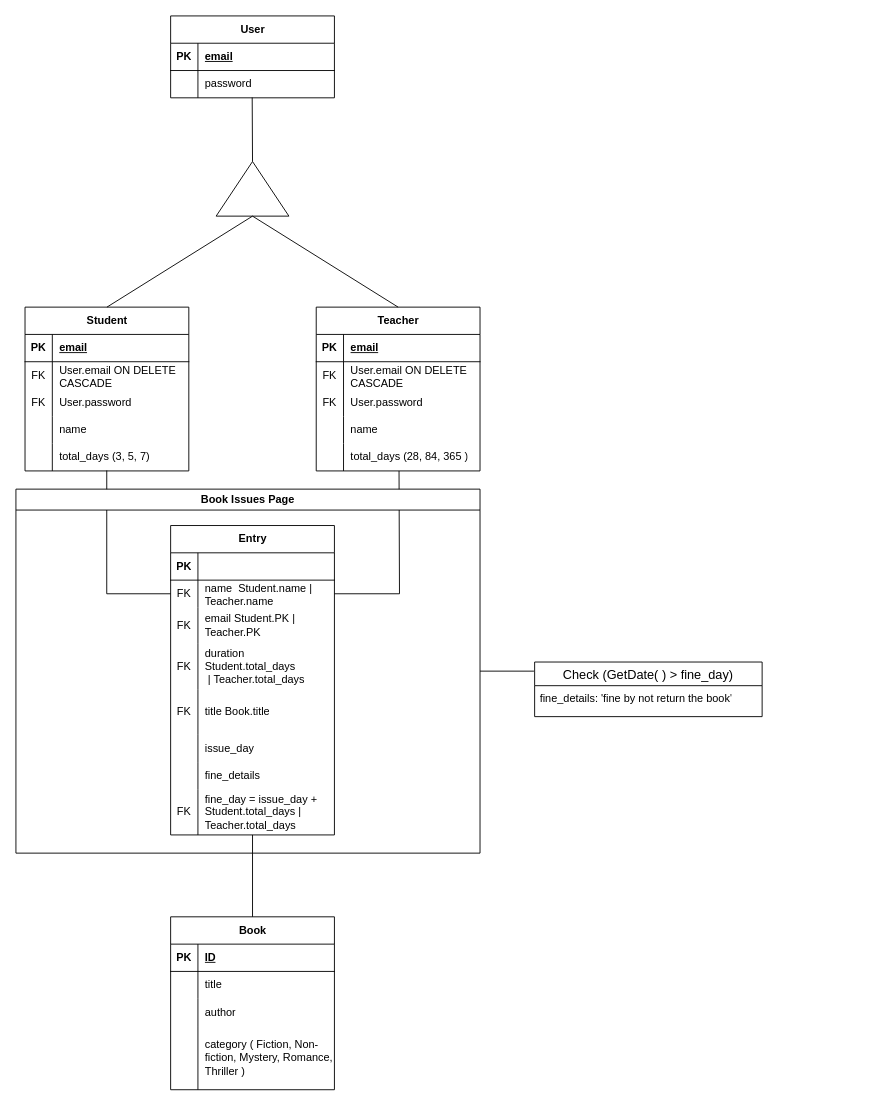
devadaviddd/BE-Library-Management keeps this draw.io diagram as ERM.drawio. Above is the earlier version. Source tidied: cells renumbered, new cells numbered last; positions are measured from the earlier drawing's top-left corner, leaving out a move shared by most shapes. Both pictures are drawn from the tidied source at 91%, with x=0, y=0 at pixel (15, 15).
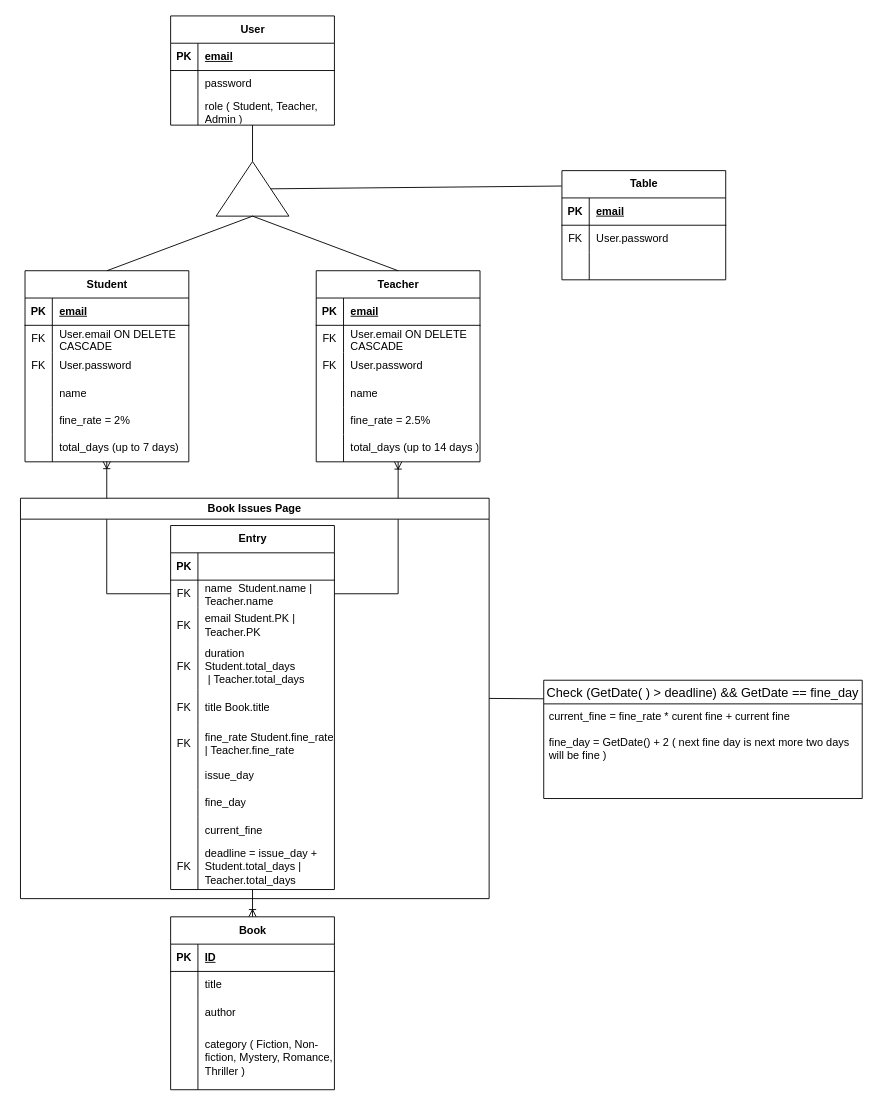
Above is the later version.

Commit message:
add rate for fine in ERM

Unchanged cells that the change refers to:
```xml
<mxCell id="6" style="shape=tableRow;horizontal=0;startSize=0;swimlaneHead=0;swimlaneBody=0;fillColor=none;points=[[0,0.5],[1,0.5]];portConstraint=eastwest;top=0;left=0;right=0;bottom=0;" parent="2" vertex="1">
  <mxGeometry y="60" width="180" height="30" as="geometry" />
</mxCell>
<mxCell id="9" style="triangle;whiteSpace=wrap;html=1;direction=north;" parent="1" vertex="1">
  <mxGeometry x="220" y="160" width="80" height="60" as="geometry" />
</mxCell>
<mxCell id="45" value="Book" style="shape=table;startSize=30;childLayout=tableLayout;rowLines=0;fontStyle=1;align=center;html=1;" parent="1" vertex="1">
  <mxGeometry x="170" y="990" width="180" height="190" as="geometry" />
</mxCell>
<mxCell id="65" style="shape=tableRow;horizontal=0;startSize=0;swimlaneHead=0;swimlaneBody=0;fillColor=none;points=[[0,0.5],[1,0.5]];portConstraint=eastwest;top=0;left=0;right=0;bottom=0;" parent="61" vertex="1">
  <mxGeometry y="60" width="180" height="30" as="geometry" />
</mxCell>
```

What changed in the source:
```diff
@@
     <mxCell id="2" value="User" style="shape=table;startSize=30;childLayout=tableLayout;rowLines=0;fontStyle=1;align=center;html=1;" parent="1" vertex="1">
-      <mxGeometry x="170" width="180" height="90" as="geometry" />
+      <mxGeometry x="170" width="180" height="120" as="geometry" />
     </mxCell>
@@
+    <mxCell id="90" style="shape=tableRow;horizontal=0;startSize=0;swimlaneHead=0;swimlaneBody=0;fillColor=none;top=0;left=0;right=0;bottom=0;" parent="2" vertex="1">
+      <mxGeometry y="90" width="180" height="30" as="geometry" />
+    </mxCell>
+    <mxCell id="91" style="shape=partialRectangle;fillColor=none;top=0;left=0;bottom=0;right=0;overflow=hidden;whiteSpace=wrap;html=1;" parent="90" vertex="1">
+      <mxGeometry width="30" height="30" as="geometry" />
+    </mxCell>
+    <mxCell id="92" value="role ( Student, Teacher, Admin )" style="shape=partialRectangle;fillColor=none;top=0;left=0;bottom=0;right=0;align=left;spacingLeft=6;overflow=hidden;whiteSpace=wrap;html=1;" parent="90" vertex="1">
+      <mxGeometry x="30" width="150" height="30" as="geometry" />
+    </mxCell>
@@
-    <mxCell id="10" style="endArrow=none;html=1;rounded=0;entryX=0.498;entryY=0.99;entryDx=0;entryDy=0;entryPerimeter=0;exitX=1;exitY=0.5;exitDx=0;exitDy=0;" parent="1" edge="1" source="9" target="6">
-      <mxGeometry relative="1" as="geometry" />
+    <mxCell id="10" style="endArrow=none;html=1;rounded=0;exitX=1;exitY=0.5;exitDx=0;exitDy=0;" parent="1" edge="1" source="9">
+      <mxGeometry relative="1" as="geometry">
+        <mxPoint x="260" y="120" as="targetPoint" />
+      </mxGeometry>
     </mxCell>
     <mxCell id="11" value="Student" style="shape=table;startSize=30;childLayout=tableLayout;rowLines=0;fontStyle=1;align=center;html=1;" parent="1" vertex="1">
-      <mxGeometry x="10" y="320" width="180" height="180" as="geometry" />
+      <mxGeometry x="10" y="280" width="180" height="210" as="geometry" />
     </mxCell>
@@
+    <mxCell id="93" style="shape=tableRow;horizontal=0;startSize=0;swimlaneHead=0;swimlaneBody=0;fillColor=none;top=0;left=0;right=0;bottom=0;" parent="11" vertex="1">
+      <mxGeometry y="150" width="180" height="30" as="geometry" />
+    </mxCell>
+    <mxCell id="94" style="shape=partialRectangle;fillColor=none;top=0;left=0;bottom=0;right=0;overflow=hidden;whiteSpace=wrap;html=1;" parent="93" vertex="1">
+      <mxGeometry width="30" height="30" as="geometry" />
+    </mxCell>
+    <mxCell id="95" value="fine_rate = 2%" style="shape=partialRectangle;fillColor=none;top=0;left=0;bottom=0;right=0;align=left;spacingLeft=6;overflow=hidden;whiteSpace=wrap;html=1;" parent="93" vertex="1">
+      <mxGeometry x="30" width="150" height="30" as="geometry" />
+    </mxCell>
     <mxCell id="24" style="shape=tableRow;horizontal=0;startSize=0;swimlaneHead=0;swimlaneBody=0;fillColor=none;points=[[0,0.5],[1,0.5]];portConstraint=eastwest;top=0;left=0;right=0;bottom=0;" parent="11" vertex="1">
-      <mxGeometry y="150" width="180" height="30" as="geometry" />
+      <mxGeometry y="180" width="180" height="30" as="geometry" />
     </mxCell>
@@
-    <mxCell id="26" value="total_days (3, 5, 7)" style="shape=partialRectangle;fillColor=none;top=0;left=0;bottom=0;right=0;align=left;spacingLeft=6;overflow=hidden;whiteSpace=wrap;html=1;" parent="24" vertex="1">
+    <mxCell id="26" value="total_days (up to 7 days)" style="shape=partialRectangle;fillColor=none;top=0;left=0;bottom=0;right=0;align=left;spacingLeft=6;overflow=hidden;whiteSpace=wrap;html=1;" parent="24" vertex="1">
       <mxGeometry x="30" width="150" height="30" as="geometry" />
     </mxCell>
     <mxCell id="27" value="Teacher" style="shape=table;startSize=30;childLayout=tableLayout;rowLines=0;fontStyle=1;align=center;html=1;" parent="1" vertex="1">
-      <mxGeometry x="330" y="320" width="180" height="180" as="geometry" />
+      <mxGeometry x="330" y="280" width="180" height="210" as="geometry" />
     </mxCell>
@@
+    <mxCell id="96" style="shape=tableRow;horizontal=0;startSize=0;swimlaneHead=0;swimlaneBody=0;fillColor=none;top=0;left=0;right=0;bottom=0;" parent="27" vertex="1">
+      <mxGeometry y="150" width="180" height="30" as="geometry" />
+    </mxCell>
+    <mxCell id="97" style="shape=partialRectangle;fillColor=none;top=0;left=0;bottom=0;right=0;overflow=hidden;whiteSpace=wrap;html=1;" parent="96" vertex="1">
+      <mxGeometry width="30" height="30" as="geometry" />
+    </mxCell>
+    <mxCell id="98" value="fine_rate = 2.5%" style="shape=partialRectangle;fillColor=none;top=0;left=0;bottom=0;right=0;align=left;spacingLeft=6;overflow=hidden;whiteSpace=wrap;html=1;" parent="96" vertex="1">
+      <mxGeometry x="30" width="150" height="30" as="geometry" />
+    </mxCell>
     <mxCell id="40" style="shape=tableRow;horizontal=0;startSize=0;swimlaneHead=0;swimlaneBody=0;fillColor=none;points=[[0,0.5],[1,0.5]];portConstraint=eastwest;top=0;left=0;right=0;bottom=0;" parent="27" vertex="1">
-      <mxGeometry y="150" width="180" height="30" as="geometry" />
+      <mxGeometry y="180" width="180" height="30" as="geometry" />
     </mxCell>
@@
-    <mxCell id="42" value="total_days&amp;nbsp;(28, 84, 365 )" style="shape=partialRectangle;fillColor=none;top=0;left=0;bottom=0;right=0;align=left;spacingLeft=6;overflow=hidden;whiteSpace=wrap;html=1;" parent="40" vertex="1">
+    <mxCell id="42" value="total_days&amp;nbsp;(up to 14 days )" style="shape=partialRectangle;fillColor=none;top=0;left=0;bottom=0;right=0;align=left;spacingLeft=6;overflow=hidden;whiteSpace=wrap;html=1;" parent="40" vertex="1">
       <mxGeometry x="30" width="150" height="30" as="geometry" />
     </mxCell>
@@
-    <mxCell id="58" style="endArrow=none;html=1;rounded=0;entryX=0.499;entryY=0.984;entryDx=0;entryDy=0;entryPerimeter=0;exitX=0;exitY=0.5;exitDx=0;exitDy=0;edgeStyle=orthogonalEdgeStyle;" parent="1" edge="1" source="65" target="24">
+    <mxCell id="58" style="endArrow=ERoneToMany;html=1;rounded=0;entryX=0.499;entryY=0.984;entryDx=0;entryDy=0;entryPerimeter=0;exitX=0;exitY=0.5;exitDx=0;exitDy=0;edgeStyle=orthogonalEdgeStyle;startArrow=none;startFill=0;endFill=0;" parent="1" edge="1" source="65" target="24">
       <mxGeometry relative="1" as="geometry" />
     </mxCell>
-    <mxCell id="59" style="endArrow=none;html=1;rounded=0;exitX=1;exitY=0.5;exitDx=0;exitDy=0;edgeStyle=orthogonalEdgeStyle;" parent="1" edge="1" source="65">
+    <mxCell id="59" style="endArrow=ERoneToMany;html=1;rounded=0;exitX=1;exitY=0.5;exitDx=0;exitDy=0;edgeStyle=orthogonalEdgeStyle;endFill=0;" parent="1" edge="1" source="65" target="40">
       <mxGeometry relative="1" as="geometry">
-        <mxPoint x="421" y="500" as="targetPoint" />
+        <Array as="points">
+          <mxPoint x="420" y="635" />
+        </Array>
       </mxGeometry>
     </mxCell>
-    <mxCell id="60" style="endArrow=none;html=1;rounded=0;exitX=0.5;exitY=0;exitDx=0;exitDy=0;" parent="1" edge="1" source="45" target="61">
+    <mxCell id="60" style="endArrow=none;html=1;rounded=0;exitX=0.5;exitY=0;exitDx=0;exitDy=0;endFill=0;startArrow=ERoneToMany;startFill=0;" parent="1" edge="1" source="45" target="61">
       <mxGeometry relative="1" as="geometry" />
     </mxCell>
     <mxCell id="61" value="Entry" style="shape=table;startSize=30;childLayout=tableLayout;rowLines=0;fontStyle=1;align=center;html=1;" parent="1" vertex="1">
-      <mxGeometry x="170" y="560" width="180" height="340" as="geometry" />
+      <mxGeometry x="170" y="560" width="180" height="400" as="geometry" />
     </mxCell>
@@
     <mxCell id="74" style="shape=tableRow;horizontal=0;startSize=0;swimlaneHead=0;swimlaneBody=0;fillColor=none;top=0;left=0;right=0;bottom=0;" parent="61" vertex="1">
-      <mxGeometry y="180" width="180" height="50" as="geometry" />
+      <mxGeometry y="180" width="180" height="40" as="geometry" />
     </mxCell>
     <mxCell id="75" value="FK" style="shape=partialRectangle;fillColor=none;top=0;left=0;bottom=0;right=0;overflow=hidden;whiteSpace=wrap;html=1;" parent="74" vertex="1">
-      <mxGeometry width="30" height="50" as="geometry" />
+      <mxGeometry width="30" height="40" as="geometry" />
     </mxCell>
     <mxCell id="76" value="title Book.title" style="shape=partialRectangle;fillColor=none;top=0;left=0;bottom=0;right=0;align=left;spacingLeft=6;overflow=hidden;whiteSpace=wrap;html=1;" parent="74" vertex="1">
-      <mxGeometry x="30" width="150" height="50" as="geometry" />
+      <mxGeometry x="30" width="150" height="40" as="geometry" />
     </mxCell>
+    <mxCell id="99" style="shape=tableRow;horizontal=0;startSize=0;swimlaneHead=0;swimlaneBody=0;fillColor=none;top=0;left=0;right=0;bottom=0;" parent="61" vertex="1">
+      <mxGeometry y="220" width="180" height="40" as="geometry" />
+    </mxCell>
+    <mxCell id="100" value="FK" style="shape=partialRectangle;fillColor=none;top=0;left=0;bottom=0;right=0;overflow=hidden;whiteSpace=wrap;html=1;" parent="99" vertex="1">
+      <mxGeometry width="30" height="40" as="geometry" />
+    </mxCell>
+    <mxCell id="101" value="fine_rate Student.fine_rate | Teacher.fine_rate" style="shape=partialRectangle;fillColor=none;top=0;left=0;bottom=0;right=0;align=left;spacingLeft=6;overflow=hidden;whiteSpace=wrap;html=1;" parent="99" vertex="1">
+      <mxGeometry x="30" width="150" height="40" as="geometry" />
+    </mxCell>
     <mxCell id="77" style="shape=tableRow;horizontal=0;startSize=0;swimlaneHead=0;swimlaneBody=0;fillColor=none;top=0;left=0;right=0;bottom=0;" parent="61" vertex="1">
-      <mxGeometry y="230" width="180" height="30" as="geometry" />
+      <mxGeometry y="260" width="180" height="30" as="geometry" />
     </mxCell>
@@
+    <mxCell id="102" style="shape=tableRow;horizontal=0;startSize=0;swimlaneHead=0;swimlaneBody=0;fillColor=none;top=0;left=0;right=0;bottom=0;" parent="61" vertex="1">
+      <mxGeometry y="290" width="180" height="30" as="geometry" />
+    </mxCell>
+    <mxCell id="103" style="shape=partialRectangle;fillColor=none;top=0;left=0;bottom=0;right=0;overflow=hidden;whiteSpace=wrap;html=1;" parent="102" vertex="1">
+      <mxGeometry width="30" height="30" as="geometry" />
+    </mxCell>
+    <mxCell id="104" value="fine_day" style="shape=partialRectangle;fillColor=none;top=0;left=0;bottom=0;right=0;align=left;spacingLeft=6;overflow=hidden;whiteSpace=wrap;html=1;" parent="102" vertex="1">
+      <mxGeometry x="30" width="150" height="30" as="geometry" />
+    </mxCell>
     <mxCell id="80" style="shape=tableRow;horizontal=0;startSize=0;swimlaneHead=0;swimlaneBody=0;fillColor=none;top=0;left=0;right=0;bottom=0;" parent="61" vertex="1">
-      <mxGeometry y="260" width="180" height="30" as="geometry" />
+      <mxGeometry y="320" width="180" height="30" as="geometry" />
     </mxCell>
@@
-    <mxCell id="82" value="fine_details" style="shape=partialRectangle;fillColor=none;top=0;left=0;bottom=0;right=0;align=left;spacingLeft=6;overflow=hidden;whiteSpace=wrap;html=1;" parent="80" vertex="1">
+    <mxCell id="82" value="current_fine" style="shape=partialRectangle;fillColor=none;top=0;left=0;bottom=0;right=0;align=left;spacingLeft=6;overflow=hidden;whiteSpace=wrap;html=1;" parent="80" vertex="1">
       <mxGeometry x="30" width="150" height="30" as="geometry" />
     </mxCell>
     <mxCell id="83" style="shape=tableRow;horizontal=0;startSize=0;swimlaneHead=0;swimlaneBody=0;fillColor=none;top=0;left=0;right=0;bottom=0;" parent="61" vertex="1">
-      <mxGeometry y="290" width="180" height="50" as="geometry" />
+      <mxGeometry y="350" width="180" height="50" as="geometry" />
     </mxCell>
@@
-    <mxCell id="85" value="fine_day = issue_day + Student.total_days&amp;nbsp;| Teacher.total_days" style="shape=partialRectangle;fillColor=none;top=0;left=0;bottom=0;right=0;align=left;spacingLeft=6;overflow=hidden;whiteSpace=wrap;html=1;" parent="83" vertex="1">
+    <mxCell id="85" value="deadline = issue_day + Student.total_days&amp;nbsp;| Teacher.total_days" style="shape=partialRectangle;fillColor=none;top=0;left=0;bottom=0;right=0;align=left;spacingLeft=6;overflow=hidden;whiteSpace=wrap;html=1;" parent="83" vertex="1">
       <mxGeometry x="30" width="150" height="50" as="geometry" />
     </mxCell>
     <mxCell id="86" value="Book Issues Page" style="swimlane;whiteSpace=wrap;html=1;startSize=23;" parent="1" vertex="1">
-      <mxGeometry y="520" width="510" height="400" as="geometry" />
+      <mxGeometry x="5" y="530" width="515" height="440" as="geometry" />
     </mxCell>
-    <mxCell id="87" style="endArrow=none;html=1;rounded=0;entryX=1;entryY=0.5;entryDx=0;entryDy=0;exitX=-0.003;exitY=0.167;exitDx=0;exitDy=0;exitPerimeter=0;" parent="1" edge="1" source="88" target="86">
+    <mxCell id="87" style="endArrow=none;html=1;rounded=0;entryX=1;entryY=0.5;entryDx=0;entryDy=0;exitX=0.001;exitY=0.157;exitDx=0;exitDy=0;exitPerimeter=0;" parent="1" edge="1" source="88" target="86">
       <mxGeometry relative="1" as="geometry" />
     </mxCell>
-    <mxCell id="88" value="Check (GetDate( ) &gt; fine_day)" style="swimlane;fontStyle=0;horizontal=1;startSize=26;align=center;fontSize=14;" parent="1" vertex="1">
-      <mxGeometry x="570" y="710" width="250" height="60" as="geometry" />
+    <mxCell id="88" value="Check (GetDate( ) &gt; deadline) &amp;&amp; GetDate == fine_day" style="swimlane;fontStyle=0;horizontal=1;startSize=26;align=center;fontSize=14;" parent="1" vertex="1">
+      <mxGeometry x="580" y="730" width="350" height="130" as="geometry" />
     </mxCell>
-    <mxCell id="89" value="fine_details: 'fine by not return the book'" style="text;strokeColor=none;fillColor=none;spacingLeft=4;spacingRight=4;overflow=hidden;fontSize=12;whiteSpace=wrap;html=1;" parent="88" vertex="1">
-      <mxGeometry y="26" width="250" height="34" as="geometry" />
+    <mxCell id="89" value="current_fine = fine_rate * curent fine + current fine&lt;br&gt;&lt;br&gt;fine_day = GetDate() + 2 ( next fine day is next more two days will be fine )" style="text;strokeColor=none;fillColor=none;spacingLeft=4;spacingRight=4;overflow=hidden;fontSize=12;whiteSpace=wrap;html=1;" parent="88" vertex="1">
+      <mxGeometry y="26" width="350" height="104" as="geometry" />
     </mxCell>
+    <mxCell id="105" style="endArrow=none;html=1;rounded=0;exitX=0.5;exitY=1;exitDx=0;exitDy=0;entryX=-0.001;entryY=0.141;entryDx=0;entryDy=0;entryPerimeter=0;" parent="1" edge="1" source="9" target="106">
+      <mxGeometry relative="1" as="geometry" />
+    </mxCell>
+    <mxCell id="106" value="Table" style="shape=table;startSize=30;childLayout=tableLayout;rowLines=0;fontStyle=1;align=center;html=1;" parent="1" vertex="1">
+      <mxGeometry x="600" y="170" width="180" height="120" as="geometry" />
+    </mxCell>
+    <mxCell id="107" style="shape=tableRow;horizontal=0;startSize=0;swimlaneHead=0;swimlaneBody=0;fillColor=none;top=0;left=0;right=0;bottom=1;" parent="106" vertex="1">
+      <mxGeometry y="30" width="180" height="30" as="geometry" />
+    </mxCell>
+    <mxCell id="108" value="PK" style="shape=partialRectangle;fillColor=none;top=0;left=0;bottom=0;right=0;fontStyle=1;overflow=hidden;whiteSpace=wrap;html=1;" parent="107" vertex="1">
+      <mxGeometry width="30" height="30" as="geometry" />
+    </mxCell>
+    <mxCell id="109" value="email" style="shape=partialRectangle;fillColor=none;top=0;left=0;bottom=0;right=0;align=left;spacingLeft=6;fontStyle=5;overflow=hidden;whiteSpace=wrap;html=1;" parent="107" vertex="1">
+      <mxGeometry x="30" width="150" height="30" as="geometry" />
+    </mxCell>
+    <mxCell id="110" style="shape=tableRow;horizontal=0;startSize=0;swimlaneHead=0;swimlaneBody=0;fillColor=none;top=0;left=0;right=0;bottom=0;" parent="106" vertex="1">
+      <mxGeometry y="60" width="180" height="30" as="geometry" />
+    </mxCell>
+    <mxCell id="111" value="FK" style="shape=partialRectangle;fillColor=none;top=0;left=0;bottom=0;right=0;overflow=hidden;whiteSpace=wrap;html=1;" parent="110" vertex="1">
+      <mxGeometry width="30" height="30" as="geometry" />
+    </mxCell>
+    <mxCell id="112" value="User.password" style="shape=partialRectangle;fillColor=none;top=0;left=0;bottom=0;right=0;align=left;spacingLeft=6;overflow=hidden;whiteSpace=wrap;html=1;" parent="110" vertex="1">
+      <mxGeometry x="30" width="150" height="30" as="geometry" />
+    </mxCell>
+    <mxCell id="113" style="shape=tableRow;horizontal=0;startSize=0;swimlaneHead=0;swimlaneBody=0;fillColor=none;top=0;left=0;right=0;bottom=0;" parent="106" vertex="1">
+      <mxGeometry y="90" width="180" height="30" as="geometry" />
+    </mxCell>
+    <mxCell id="114" style="shape=partialRectangle;fillColor=none;top=0;left=0;bottom=0;right=0;overflow=hidden;whiteSpace=wrap;html=1;" parent="113" vertex="1">
+      <mxGeometry width="30" height="30" as="geometry" />
+    </mxCell>
+    <mxCell id="115" style="shape=partialRectangle;fillColor=none;top=0;left=0;bottom=0;right=0;align=left;spacingLeft=6;overflow=hidden;whiteSpace=wrap;html=1;" parent="113" vertex="1">
+      <mxGeometry x="30" width="150" height="30" as="geometry" />
+    </mxCell>
```
